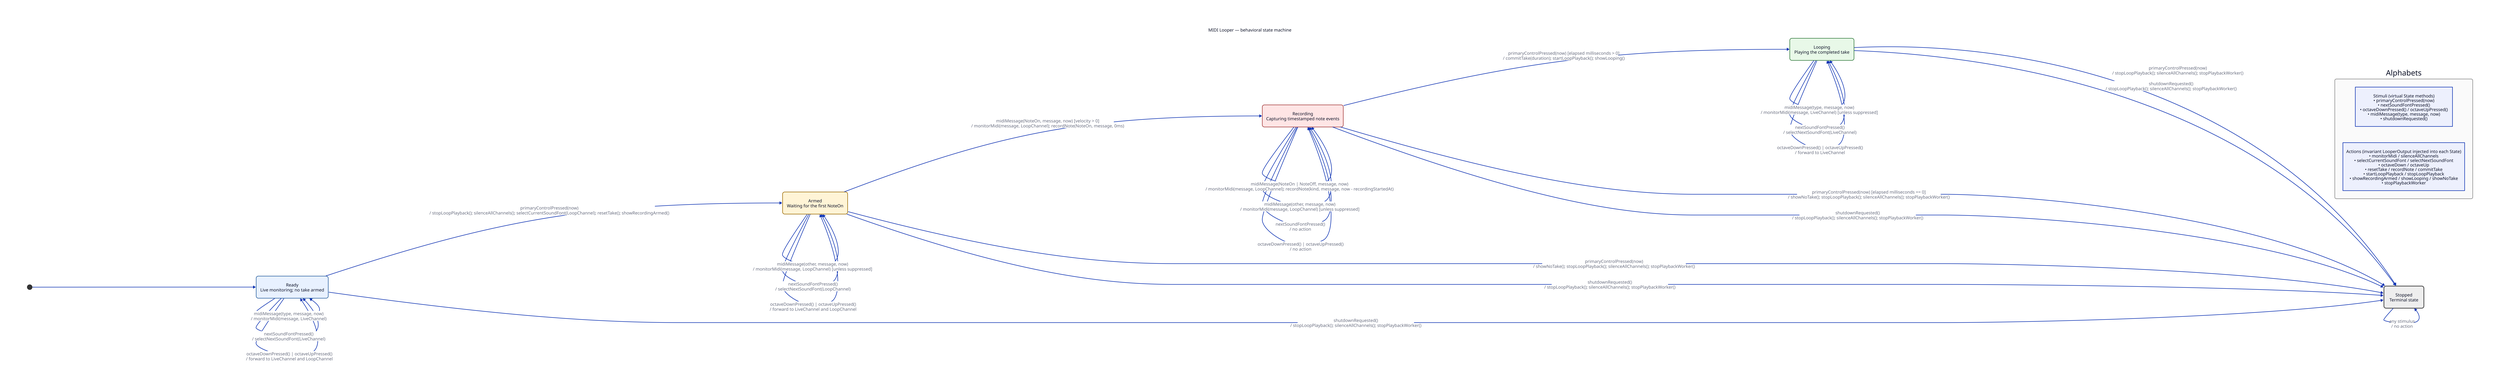
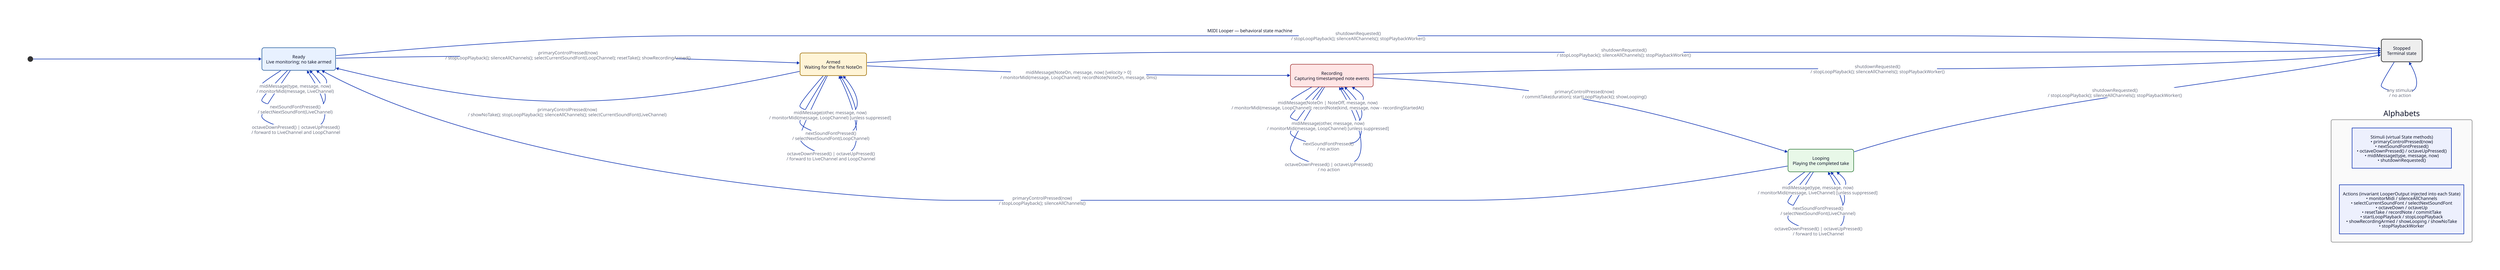
direction: right

title: {
  label: "MIDI Looper — behavioral state machine"
  shape: text
  near: top-center
}

start: {
  label: ""
  shape: circle
  width: 18
  height: 18
  style: {
    fill: "#333333"
    stroke: "#333333"
  }
}

ready: {
  label: "Ready\nLive monitoring; no take armed"
  shape: rectangle
  style: {
    border-radius: 8
    fill: "#e8f1ff"
    stroke: "#285f9e"
  }
}

armed: {
  label: "Armed\nWaiting for the first NoteOn"
  shape: rectangle
  style: {
    border-radius: 8
    fill: "#fff4d6"
    stroke: "#9b6a00"
  }
}

recording: {
  label: "Recording\nCapturing timestamped note events"
  shape: rectangle
  style: {
    border-radius: 8
    fill: "#ffe5e5"
    stroke: "#a33a3a"
  }
}

looping: {
  label: "Looping\nPlaying the completed take"
  shape: rectangle
  style: {
    border-radius: 8
    fill: "#e8f8e8"
    stroke: "#317a3b"
  }
}

stopped: {
  label: "Stopped\nTerminal state"
  shape: rectangle
  style: {
    border-radius: 8
    fill: "#eeeeee"
    stroke: "#555555"
    stroke-width: 3
  }
}

start -> ready

ready -> armed: "primaryControlPressed(now)\n/ stopLoopPlayback(); silenceAllChannels(); selectCurrentSoundFont(LoopChannel); resetTake(); showRecordingArmed()"
ready -> ready: "midiMessage(type, message, now)\n/ monitorMidi(message, LiveChannel)"
ready -> ready: "nextSoundFontPressed()\n/ selectNextSoundFont(LiveChannel)"
ready -> ready: "octaveDownPressed() | octaveUpPressed()\n/ forward to LiveChannel and LoopChannel"

armed -> recording: "midiMessage(NoteOn, message, now) [velocity > 0]\n/ monitorMidi(message, LoopChannel); recordNote(NoteOn, message, 0ms)"
armed -> armed: "midiMessage(other, message, now)\n/ monitorMidi(message, LoopChannel) [unless suppressed]"
armed -> armed: "nextSoundFontPressed()\n/ selectNextSoundFont(LoopChannel)"
armed -> armed: "octaveDownPressed() | octaveUpPressed()\n/ forward to LiveChannel and LoopChannel"
- armed -> stopped: "primaryControlPressed(now)\n/ showNoTake(); stopLoopPlayback(); silenceAllChannels(); stopPlaybackWorker()"
+ armed -> ready: "primaryControlPressed(now)\n/ showNoTake(); stopLoopPlayback(); silenceAllChannels(); selectCurrentSoundFont(LiveChannel)"

recording -> recording: "midiMessage(NoteOn | NoteOff, message, now)\n/ monitorMidi(message, LoopChannel); recordNote(kind, message, now - recordingStartedAt)"
recording -> recording: "midiMessage(other, message, now)\n/ monitorMidi(message, LoopChannel) [unless suppressed]"
recording -> recording: "nextSoundFontPressed()\n/ no action"
recording -> recording: "octaveDownPressed() | octaveUpPressed()\n/ no action"
- recording -> looping: "primaryControlPressed(now) [elapsed milliseconds > 0]\n/ commitTake(duration); startLoopPlayback(); showLooping()"
- recording -> stopped: "primaryControlPressed(now) [elapsed milliseconds == 0]\n/ showNoTake(); stopLoopPlayback(); silenceAllChannels(); stopPlaybackWorker()"
+ recording -> looping: "primaryControlPressed(now)\n/ commitTake(duration); startLoopPlayback(); showLooping()"

looping -> looping: "midiMessage(type, message, now)\n/ monitorMidi(message, LiveChannel) [unless suppressed]"
looping -> looping: "nextSoundFontPressed()\n/ selectNextSoundFont(LiveChannel)"
looping -> looping: "octaveDownPressed() | octaveUpPressed()\n/ forward to LiveChannel"
- looping -> stopped: "primaryControlPressed(now)\n/ stopLoopPlayback(); silenceAllChannels(); stopPlaybackWorker()"
+ looping -> ready: "primaryControlPressed(now)\n/ stopLoopPlayback(); silenceAllChannels()"

ready -> stopped: "shutdownRequested()\n/ stopLoopPlayback(); silenceAllChannels(); stopPlaybackWorker()"
armed -> stopped: "shutdownRequested()\n/ stopLoopPlayback(); silenceAllChannels(); stopPlaybackWorker()"
recording -> stopped: "shutdownRequested()\n/ stopLoopPlayback(); silenceAllChannels(); stopPlaybackWorker()"
looping -> stopped: "shutdownRequested()\n/ stopLoopPlayback(); silenceAllChannels(); stopPlaybackWorker()"

stopped -> stopped: "any stimulus\n/ no action"

legend: {
  label: "Alphabets"
  direction: down
  style: {
    fill: "#fafafa"
    stroke: "#888888"
    border-radius: 6
  }

  inputs: {
    label: "Stimuli (virtual State methods)\n• primaryControlPressed(now)\n• nextSoundFontPressed()\n• octaveDownPressed() / octaveUpPressed()\n• midiMessage(type, message, now)\n• shutdownRequested()"
    shape: rectangle
  }

  outputs: {
    label: "Actions (invariant LooperOutput injected into each State)\n• monitorMidi / silenceAllChannels\n• selectCurrentSoundFont / selectNextSoundFont\n• octaveDown / octaveUp\n• resetTake / recordNote / commitTake\n• startLoopPlayback / stopLoopPlayback\n• showRecordingArmed / showLooping / showNoTake\n• stopPlaybackWorker"
    shape: rectangle
  }
}

looping -> legend: {
  style: {
    opacity: 0
  }
}
